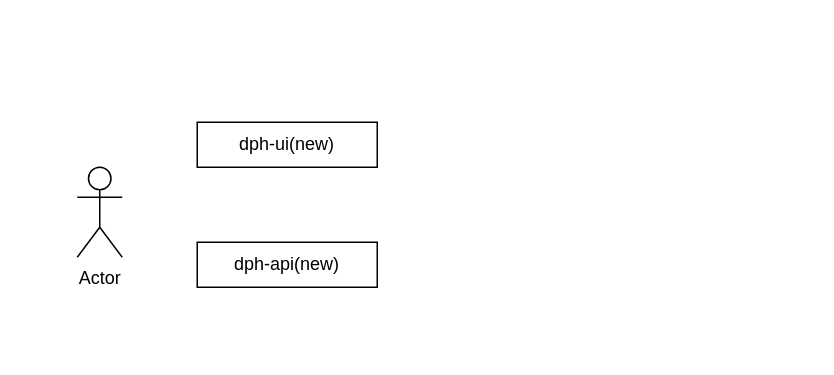
ganisback/draw.io keeps this draw.io diagram as assets/dph_arch_and_skill.drawio. Above is the earlier version. Source tidied: cells renumbered, new cells numbered last; positions are measured from the earlier drawing's top-left corner, leaving out a move shared by most shapes. Both pictures are drawn from the tidied source at 150%, with x=0, y=0 at pixel (76, 122).
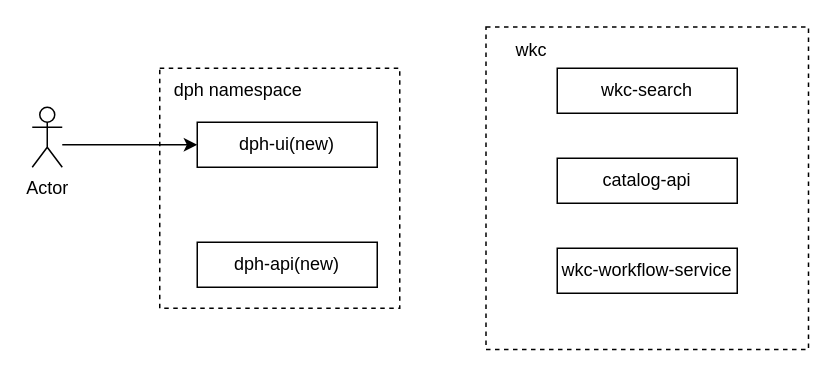
The same diagram, later.

What changed in the source:
```diff
@@
 <mxGraphModel>
   <root>
     <mxCell id="0" />
     <mxCell id="1" parent="0" />
+    <mxCell id="5" style="whiteSpace=wrap;html=1;dashed=1;" parent="1" vertex="1">
+      <mxGeometry x="272.5" y="-63.5" width="215" height="215" as="geometry" />
+    </mxCell>
+    <mxCell id="6" style="whiteSpace=wrap;html=1;dashed=1;" parent="1" vertex="1">
+      <mxGeometry x="55" y="-36" width="160" height="160" as="geometry" />
+    </mxCell>
     <mxCell id="2" value="Actor" style="shape=umlActor;verticalLabelPosition=bottom;verticalAlign=top;html=1;" parent="1" vertex="1">
-      <mxGeometry y="30" width="30" height="60" as="geometry" />
+      <mxGeometry x="-30" y="-10" width="20" height="40" as="geometry" />
     </mxCell>
     <mxCell id="3" value="dph-ui(new)" style="rounded=0;whiteSpace=wrap;html=1;" parent="1" vertex="1">
       <mxGeometry x="80" width="120" height="30" as="geometry" />
     </mxCell>
     <mxCell id="4" value="dph-api(new)" style="rounded=0;whiteSpace=wrap;html=1;" parent="1" vertex="1">
       <mxGeometry x="80" y="80" width="120" height="30" as="geometry" />
     </mxCell>
+    <mxCell id="7" style="endArrow=classic;html=1;rounded=0;entryX=0;entryY=0.5;entryDx=0;entryDy=0;" parent="1" edge="1" target="3">
+      <mxGeometry relative="1" as="geometry">
+        <mxPoint x="-10" y="15" as="sourcePoint" />
+      </mxGeometry>
+    </mxCell>
+    <mxCell id="8" value="dph namespace" style="text;html=1;strokeColor=none;fillColor=none;align=center;verticalAlign=middle;whiteSpace=wrap;rounded=0;" parent="1" vertex="1">
+      <mxGeometry x="55" y="-36" width="105" height="30" as="geometry" />
+    </mxCell>
+    <mxCell id="9" value="wkc-search" style="rounded=0;whiteSpace=wrap;html=1;" parent="1" vertex="1">
+      <mxGeometry x="320" y="-36" width="120" height="30" as="geometry" />
+    </mxCell>
+    <mxCell id="10" value="catalog-api" style="rounded=0;whiteSpace=wrap;html=1;" parent="1" vertex="1">
+      <mxGeometry x="320" y="24" width="120" height="30" as="geometry" />
+    </mxCell>
+    <mxCell id="11" value="wkc-workflow-service" style="rounded=0;whiteSpace=wrap;html=1;" parent="1" vertex="1">
+      <mxGeometry x="320" y="84" width="120" height="30" as="geometry" />
+    </mxCell>
+    <mxCell id="12" value="wkc" style="text;html=1;strokeColor=none;fillColor=none;align=center;verticalAlign=middle;whiteSpace=wrap;rounded=0;" parent="1" vertex="1">
+      <mxGeometry x="272.5" y="-63.5" width="60" height="30" as="geometry" />
+    </mxCell>
   </root>
 </mxGraphModel>
```
